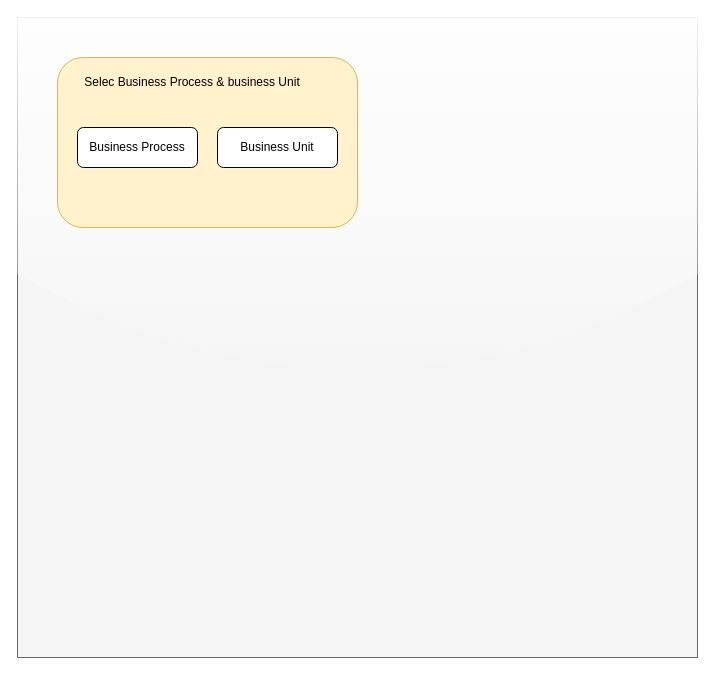
AvikM1996/draw.io keeps this draw.io diagram as Untitled Diagram.drawio. Above is the earlier version. Source tidied: cells renumbered, new cells numbered last; positions are measured from the earlier drawing's top-left corner, leaving out a move shared by most shapes. Both pictures are drawn from the tidied source at 100%, with x=0, y=0 at pixel (17, 17).
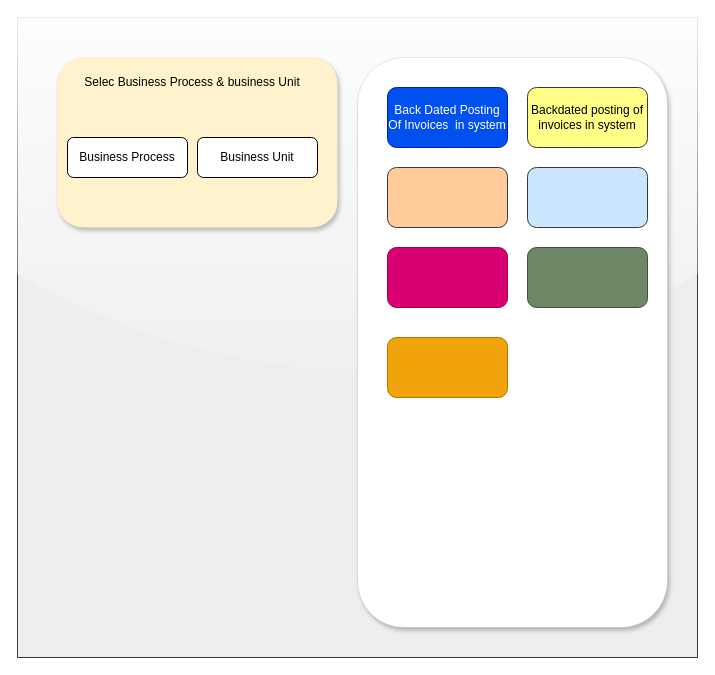
The same diagram, later.

What changed in the source:
```diff
@@
 <mxGraphModel>
   <root>
     <mxCell id="0" />
     <mxCell id="1" parent="0" />
-    <mxCell id="2" style="rounded=0;whiteSpace=wrap;html=1;fillColor=#f5f5f5;fontColor=#333333;strokeColor=#666666;glass=1;" parent="1" vertex="1">
+    <mxCell id="2" style="rounded=0;whiteSpace=wrap;html=1;fillColor=#eeeeee;strokeColor=#36393d;glass=1;" parent="1" vertex="1">
       <mxGeometry width="680" height="640" as="geometry" />
     </mxCell>
-    <mxCell id="3" style="rounded=1;whiteSpace=wrap;html=1;fillColor=#fff2cc;strokeColor=#d6b656;" parent="1" vertex="1">
-      <mxGeometry x="40" y="40" width="300" height="170" as="geometry" />
+    <mxCell id="3" style="rounded=1;whiteSpace=wrap;html=1;fillColor=#fff2cc;strokeColor=#d6b656;shadow=1;strokeWidth=0;" parent="1" vertex="1">
+      <mxGeometry x="40" y="40" width="280" height="170" as="geometry" />
     </mxCell>
     <mxCell id="4" value="Selec Business Process &amp;amp; business Unit" style="text;html=1;align=center;verticalAlign=middle;whiteSpace=wrap;rounded=0;" parent="1" vertex="1">
       <mxGeometry x="50" y="50" width="250" height="30" as="geometry" />
     </mxCell>
     <mxCell id="5" value="Business Process" style="rounded=1;whiteSpace=wrap;html=1;" parent="1" vertex="1">
-      <mxGeometry x="60" y="110" width="120" height="40" as="geometry" />
+      <mxGeometry x="50" y="120" width="120" height="40" as="geometry" />
     </mxCell>
     <mxCell id="6" value="Business Unit" style="rounded=1;whiteSpace=wrap;html=1;" parent="1" vertex="1">
-      <mxGeometry x="200" y="110" width="120" height="40" as="geometry" />
+      <mxGeometry x="180" y="120" width="120" height="40" as="geometry" />
     </mxCell>
+    <mxCell id="7" style="rounded=1;whiteSpace=wrap;html=1;strokeWidth=0;shadow=1;" parent="1" vertex="1">
+      <mxGeometry x="340" y="40" width="310" height="570" as="geometry" />
+    </mxCell>
+    <mxCell id="8" value="Back Dated Posting Of Invoices&amp;nbsp; in system" style="rounded=1;whiteSpace=wrap;html=1;fillColor=#0050ef;strokeColor=#001DBC;fontColor=#ffffff;" parent="1" vertex="1">
+      <mxGeometry x="370" y="70" width="120" height="60" as="geometry" />
+    </mxCell>
+    <mxCell id="9" value="Backdated posting of invoices in system" style="rounded=1;whiteSpace=wrap;html=1;fillColor=#ffff88;strokeColor=#36393d;" parent="1" vertex="1">
+      <mxGeometry x="510" y="70" width="120" height="60" as="geometry" />
+    </mxCell>
+    <mxCell id="10" style="rounded=1;whiteSpace=wrap;html=1;fillColor=#ffcc99;strokeColor=#36393d;" parent="1" vertex="1">
+      <mxGeometry x="370" y="150" width="120" height="60" as="geometry" />
+    </mxCell>
+    <mxCell id="11" style="rounded=1;whiteSpace=wrap;html=1;fillColor=#cce5ff;strokeColor=#36393d;" parent="1" vertex="1">
+      <mxGeometry x="510" y="150" width="120" height="60" as="geometry" />
+    </mxCell>
+    <mxCell id="12" style="rounded=1;whiteSpace=wrap;html=1;fillColor=#d80073;fontColor=#ffffff;strokeColor=#A50040;" parent="1" vertex="1">
+      <mxGeometry x="370" y="230" width="120" height="60" as="geometry" />
+    </mxCell>
+    <mxCell id="13" style="rounded=1;whiteSpace=wrap;html=1;fillColor=#6d8764;fontColor=#ffffff;strokeColor=#3A5431;" parent="1" vertex="1">
+      <mxGeometry x="510" y="230" width="120" height="60" as="geometry" />
+    </mxCell>
+    <mxCell id="14" style="rounded=1;whiteSpace=wrap;html=1;fillColor=#f0a30a;fontColor=#000000;strokeColor=#BD7000;" parent="1" vertex="1">
+      <mxGeometry x="370" y="320" width="120" height="60" as="geometry" />
+    </mxCell>
   </root>
 </mxGraphModel>
```
